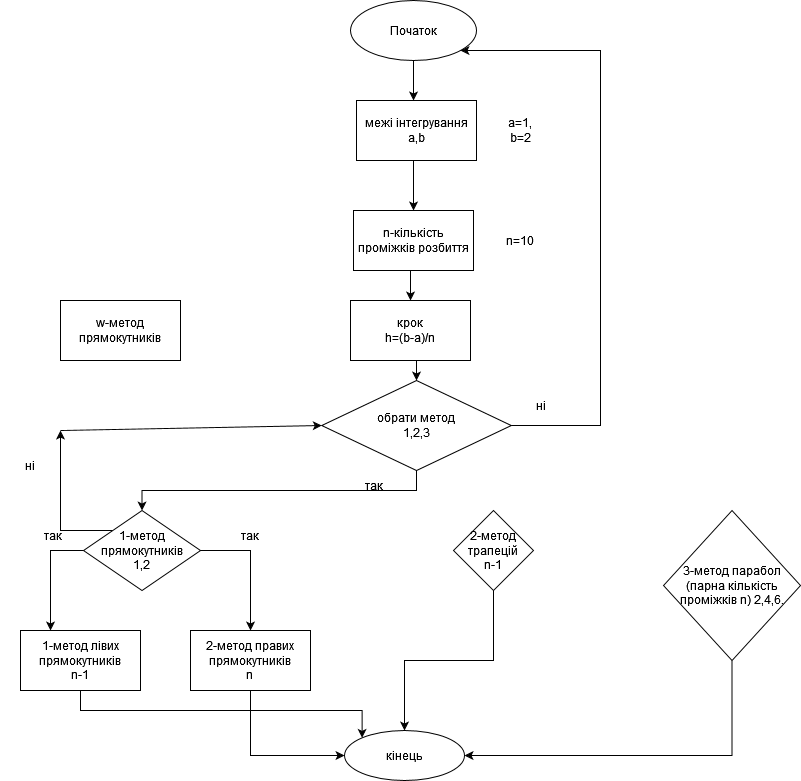
Before: Untitled Diagram.drawio.png, a diagram exported from draw.io (VolodymyrLutskevych-PE-12/Lab_2_Volodymyr-Lutskevych_PE-12_-1-). Source tidied: cells renumbered, new cells last; positions are measured from the earlier drawing's top-left corner, leaving out a move shared by most shapes.
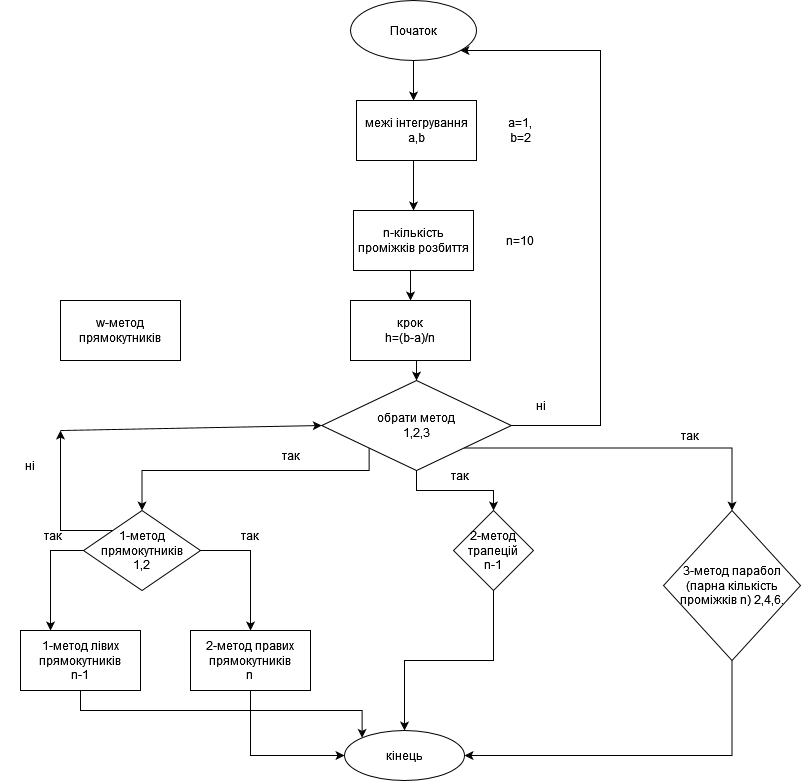
Later version of the same file.

The edit, as a diff of the source:
```diff
@@ -75,17 +75,28 @@
     <mxCell id="23" value="&lt;br&gt;w-метод прямокутників&lt;br&gt;&lt;br&gt;" style="rounded=0;whiteSpace=wrap;html=1;" parent="1" vertex="1">
       <mxGeometry x="60" y="300" width="120" height="60" as="geometry" />
     </mxCell>
+    <mxCell id="25" style="edgeStyle=orthogonalEdgeStyle;rounded=0;jettySize=auto;html=1;exitX=1;exitY=0.5;exitDx=0;exitDy=0;" parent="1" edge="1" source="26" target="3">
+      <mxGeometry relative="1" as="geometry">
+        <Array as="points">
+          <mxPoint x="600" y="425" />
+          <mxPoint x="600" y="50" />
+        </Array>
+      </mxGeometry>
+    </mxCell>
-    <mxCell id="24" style="edgeStyle=orthogonalEdgeStyle;rounded=0;jettySize=auto;html=1;exitX=0.5;exitY=1;exitDx=0;exitDy=0;" parent="1" edge="1" source="26" target="8">
-      <mxGeometry relative="1" as="geometry" />
+    <mxCell id="24" style="edgeStyle=orthogonalEdgeStyle;rounded=0;jettySize=auto;html=1;exitX=0;exitY=1;exitDx=0;exitDy=0;entryX=0.5;entryY=0;entryDx=0;entryDy=0;" parent="1" edge="1" source="26" target="8">
+      <mxGeometry relative="1" as="geometry">
+        <Array as="points">
+          <mxPoint x="369" y="470" />
+          <mxPoint x="142" y="470" />
+        </Array>
+      </mxGeometry>
     </mxCell>
-    <mxCell id="25" style="edgeStyle=orthogonalEdgeStyle;rounded=0;jettySize=auto;html=1;exitX=1;exitY=0.5;exitDx=0;exitDy=0;" parent="1" edge="1" source="26" target="3">
-      <mxGeometry relative="1" as="geometry">
-        <Array as="points">
-          <mxPoint x="600" y="425" />
-          <mxPoint x="600" y="50" />
-        </Array>
-      </mxGeometry>
-    </mxCell>
+    <mxCell id="35" style="edgeStyle=orthogonalEdgeStyle;rounded=0;jettySize=auto;html=1;exitX=0.5;exitY=1;exitDx=0;exitDy=0;" parent="1" edge="1" source="26" target="10">
+      <mxGeometry relative="1" as="geometry" />
+    </mxCell>
+    <mxCell id="36" style="edgeStyle=orthogonalEdgeStyle;rounded=0;jettySize=auto;html=1;exitX=1;exitY=1;exitDx=0;exitDy=0;entryX=0.5;entryY=0;entryDx=0;entryDy=0;" parent="1" edge="1" source="26" target="12">
+      <mxGeometry relative="1" as="geometry" />
+    </mxCell>
     <mxCell id="26" value="&lt;div&gt;обрати метод&lt;/div&gt;1,2,3" style="rhombus;whiteSpace=wrap;html=1;" parent="1" vertex="1">
       <mxGeometry x="321.2" y="380" width="189.5" height="90" as="geometry" />
     </mxCell>
@@ -96,7 +107,7 @@
       <mxGeometry x="350" y="300" width="120" height="60" as="geometry" />
     </mxCell>
     <mxCell id="29" value="так" style="text;html=1;strokeColor=none;fillColor=none;align=center;verticalAlign=middle;whiteSpace=wrap;rounded=0;" parent="1" vertex="1">
-      <mxGeometry x="344" y="470" width="60" height="30" as="geometry" />
+      <mxGeometry x="261.2" y="440" width="60" height="30" as="geometry" />
     </mxCell>
     <mxCell id="30" value="ні" style="text;html=1;strokeColor=none;fillColor=none;align=center;verticalAlign=middle;whiteSpace=wrap;rounded=0;" parent="1" vertex="1">
       <mxGeometry x="511" y="390" width="60" height="30" as="geometry" />
@@ -115,5 +126,11 @@
         <mxPoint x="60" y="430" as="sourcePoint" />
       </mxGeometry>
     </mxCell>
+    <mxCell id="37" value="так" style="text;html=1;strokeColor=none;fillColor=none;align=center;verticalAlign=middle;whiteSpace=wrap;rounded=0;" parent="1" vertex="1">
+      <mxGeometry x="430" y="460" width="60" height="30" as="geometry" />
+    </mxCell>
+    <mxCell id="38" value="так" style="text;html=1;strokeColor=none;fillColor=none;align=center;verticalAlign=middle;whiteSpace=wrap;rounded=0;" parent="1" vertex="1">
+      <mxGeometry x="660" y="420" width="60" height="30" as="geometry" />
+    </mxCell>
   </root>
 </mxGraphModel>
```
